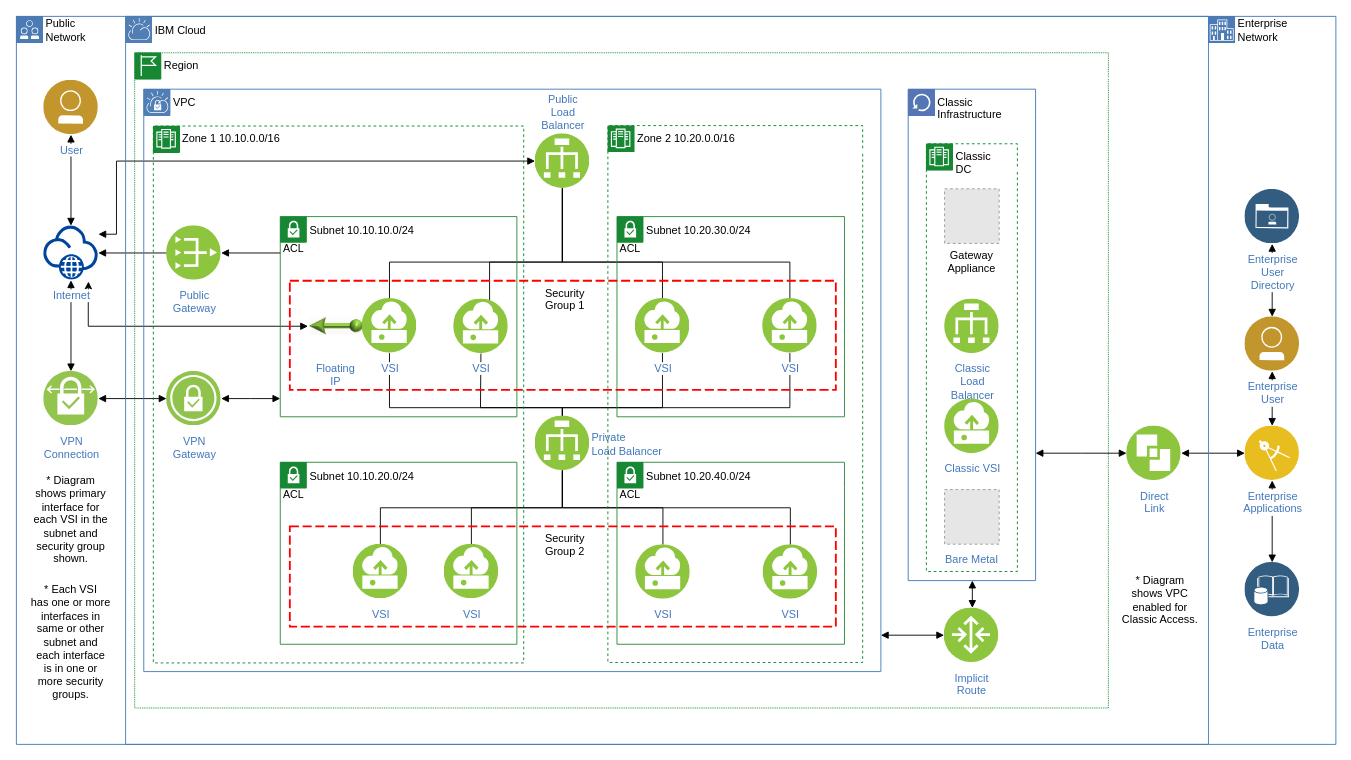
jessyewoma/AWS keeps this draw.io diagram as Untitled Diagram.drawio. Above is the earlier version. Source tidied: cells renumbered, new cells numbered last; positions are measured from the earlier drawing's top-left corner, leaving out a move shared by most shapes. Both pictures are drawn from the tidied source at 91%, with x=0, y=0 at pixel (16, 16). Pictures stored in the file or linked from it are replaced by grey dashed boxes.
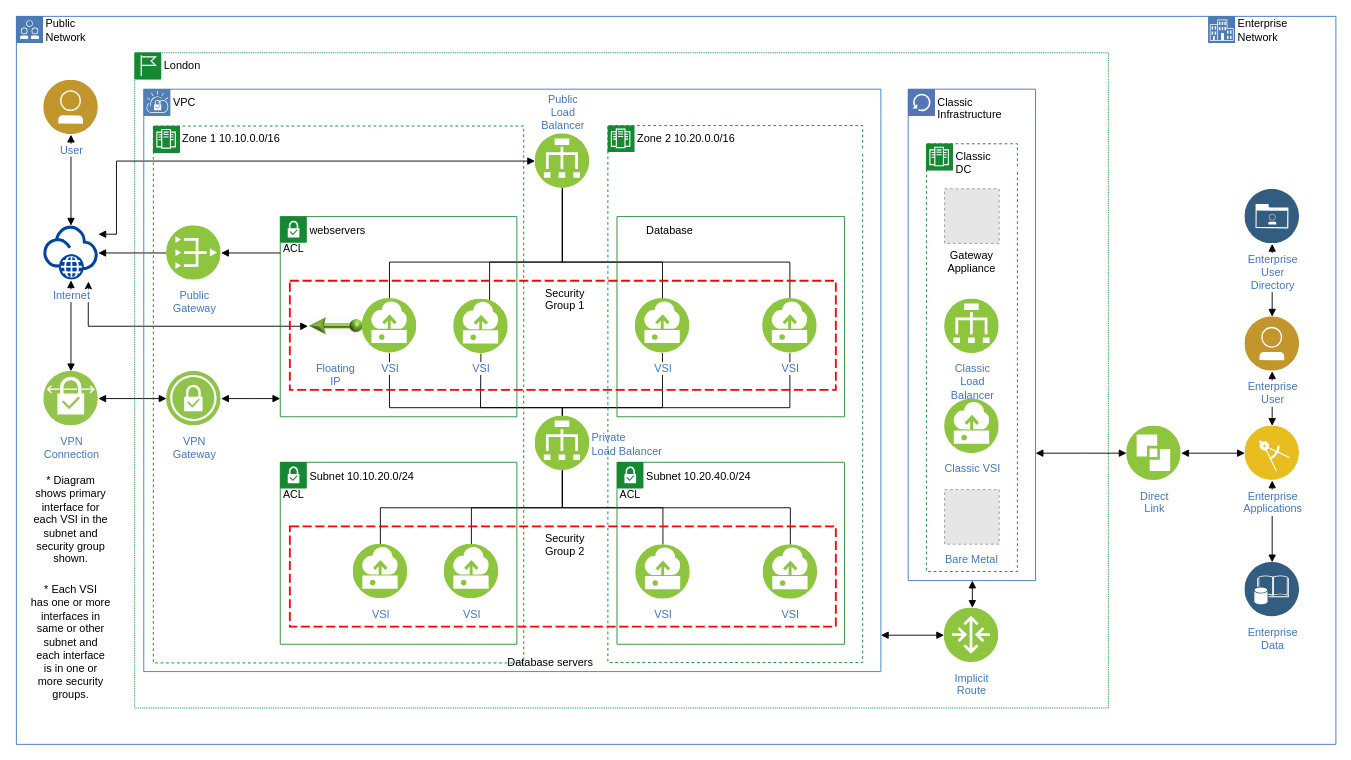
Above is the later version.

The change refers to these unchanged cells:
```xml
<mxCell id="48" style="swimlane;fontStyle=0;horizontal=1;startSize=28;swimlaneLine=0;swimlaneFillColor=none;fillColor=none;rounded=0;whiteSpace=wrap;html=1;absoluteArcSize=1;arcSize=0;strokeColor=#4376BB;verticalAlign=top;align=left;spacingLeft=5;dashed=0;strokeWidth=1;" parent="1" vertex="1">
  <mxGeometry x="-0.5" y="-0.5" width="1450" height="800" as="geometry" />
</mxCell>
```

Change to the diagram source:
```diff
@@
-    <mxCell id="28" value="Subnet 10.10.10.0/24" style="swimlane;fontStyle=0;horizontal=1;startSize=28;swimlaneLine=0;swimlaneFillColor=none;fillColor=none;rounded=0;whiteSpace=wrap;html=1;absoluteArcSize=1;arcSize=12;strokeColor=#2A8838;verticalAlign=top;align=left;spacingLeft=30;spacingTop=1;dashed=0;strokeWidth=1;" parent="1" vertex="1">
+    <mxCell id="28" value="webservers" style="swimlane;fontStyle=0;horizontal=1;startSize=28;swimlaneLine=0;swimlaneFillColor=none;fillColor=none;rounded=0;whiteSpace=wrap;html=1;absoluteArcSize=1;arcSize=12;strokeColor=#2A8838;verticalAlign=top;align=left;spacingLeft=30;spacingTop=1;dashed=0;strokeWidth=1;" parent="1" vertex="1">
       <mxGeometry x="289.5" y="219.5" width="260" height="220" as="geometry" />
     </mxCell>
@@
-    <mxCell id="30" value="Subnet 10.20.30.0/24" style="swimlane;fontStyle=0;horizontal=1;startSize=28;swimlaneLine=0;swimlaneFillColor=none;fillColor=none;rounded=0;whiteSpace=wrap;html=1;absoluteArcSize=1;arcSize=12;strokeColor=#2A8838;verticalAlign=top;align=left;spacingLeft=30;spacingTop=1;dashed=0;strokeWidth=1;" parent="1" vertex="1">
+    <mxCell id="30" value="Database" style="swimlane;fontStyle=0;horizontal=1;startSize=28;swimlaneLine=0;swimlaneFillColor=none;fillColor=none;rounded=0;whiteSpace=wrap;html=1;absoluteArcSize=1;arcSize=12;strokeColor=#2A8838;verticalAlign=top;align=left;spacingLeft=30;spacingTop=1;dashed=0;strokeWidth=1;" parent="1" vertex="1">
       <mxGeometry x="659.5" y="219.5" width="250" height="220" as="geometry" />
     </mxCell>
-    <mxCell id="31" style="perimeter=ellipsePerimeter;html=1;align=center;shadow=0;dashed=0;fontColor=#4277BB;labelBackgroundColor=#ffffff;fontSize=12;spacingTop=3;image;image=img/lib/ibm/vpc/SubnetTag.svg;" parent="30" vertex="1">
-      <mxGeometry width="30" height="40" as="geometry" />
-    </mxCell>
@@
-    <mxCell id="46" value="Region" style="swimlane;fontStyle=0;horizontal=1;startSize=28;swimlaneLine=0;swimlaneFillColor=none;fillColor=none;rounded=0;whiteSpace=wrap;html=1;absoluteArcSize=1;arcSize=0;strokeColor=#00882B;verticalAlign=top;align=left;spacingLeft=30;dashed=1;strokeWidth=1;dashPattern=1 1;" parent="1" vertex="1">
+    <mxCell id="46" value="London" style="swimlane;fontStyle=0;horizontal=1;startSize=28;swimlaneLine=0;swimlaneFillColor=none;fillColor=none;rounded=0;whiteSpace=wrap;html=1;absoluteArcSize=1;arcSize=0;strokeColor=#00882B;verticalAlign=top;align=left;spacingLeft=30;dashed=1;strokeWidth=1;dashPattern=1 1;" parent="1" vertex="1">
       <mxGeometry x="129.5" y="39.5" width="1070" height="720" as="geometry" />
     </mxCell>
@@
-    <mxCell id="51" value="IBM Cloud" style="swimlane;fontStyle=0;horizontal=1;startSize=28;swimlaneLine=0;swimlaneFillColor=none;fillColor=none;rounded=0;whiteSpace=wrap;html=1;absoluteArcSize=1;arcSize=12;strokeColor=#417CB9;verticalAlign=top;align=left;spacingLeft=30;spacingTop=1;dashed=0;strokeWidth=1;" parent="48" vertex="1">
-      <mxGeometry x="120" width="1190" height="800" as="geometry" />
-    </mxCell>
-    <mxCell id="52" style="perimeter=ellipsePerimeter;html=1;align=center;shadow=0;dashed=0;fontColor=#4277BB;labelBackgroundColor=#ffffff;fontSize=12;spacingTop=3;image;image=img/lib/ibm/vpc/CloudTag.svg;" parent="51" vertex="1">
-      <mxGeometry width="30" height="30" as="geometry" />
-    </mxCell>
-    <mxCell id="53" value="* Diagram&lt;br&gt;shows VPC&lt;br&gt;enabled for&lt;br&gt;Classic Access." style="text;html=1;align=center;verticalAlign=top;spacingTop=-4;" parent="51" vertex="1">
-      <mxGeometry x="1086.5" y="610.5" width="100" height="50" as="geometry" />
-    </mxCell>
@@
+    <mxCell id="86" value="Database servers" style="text;html=1;align=center;verticalAlign=middle;strokeColor=none;fillColor=none;" parent="1" vertex="1">
+      <mxGeometry x="526" y="695" width="120" height="30" as="geometry" />
+    </mxCell>
```
